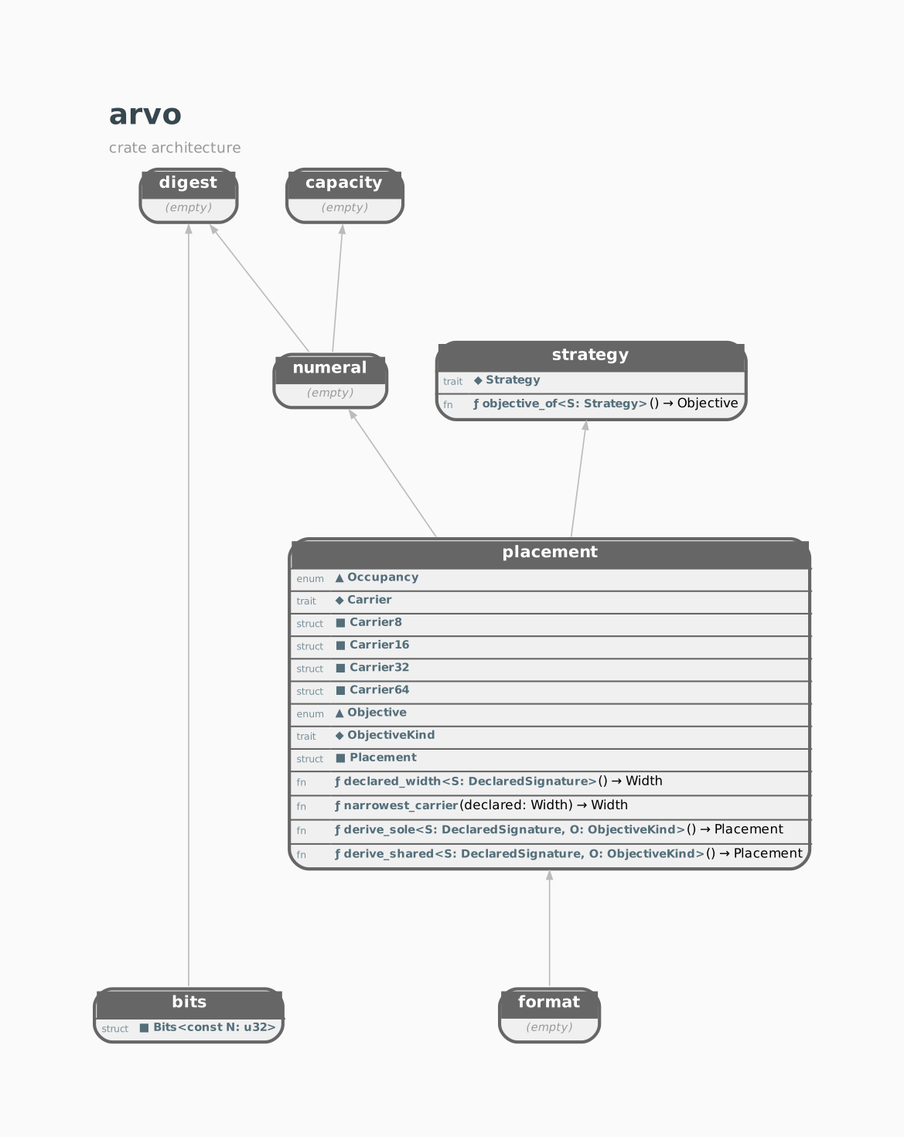
This is docs/STRUCTURE.GRAPH.png from orgrinrt/arvo, a Graphviz export, as it was before one commit. Its source is kept beside it as docs/STRUCTURE.GRAPH.dot.
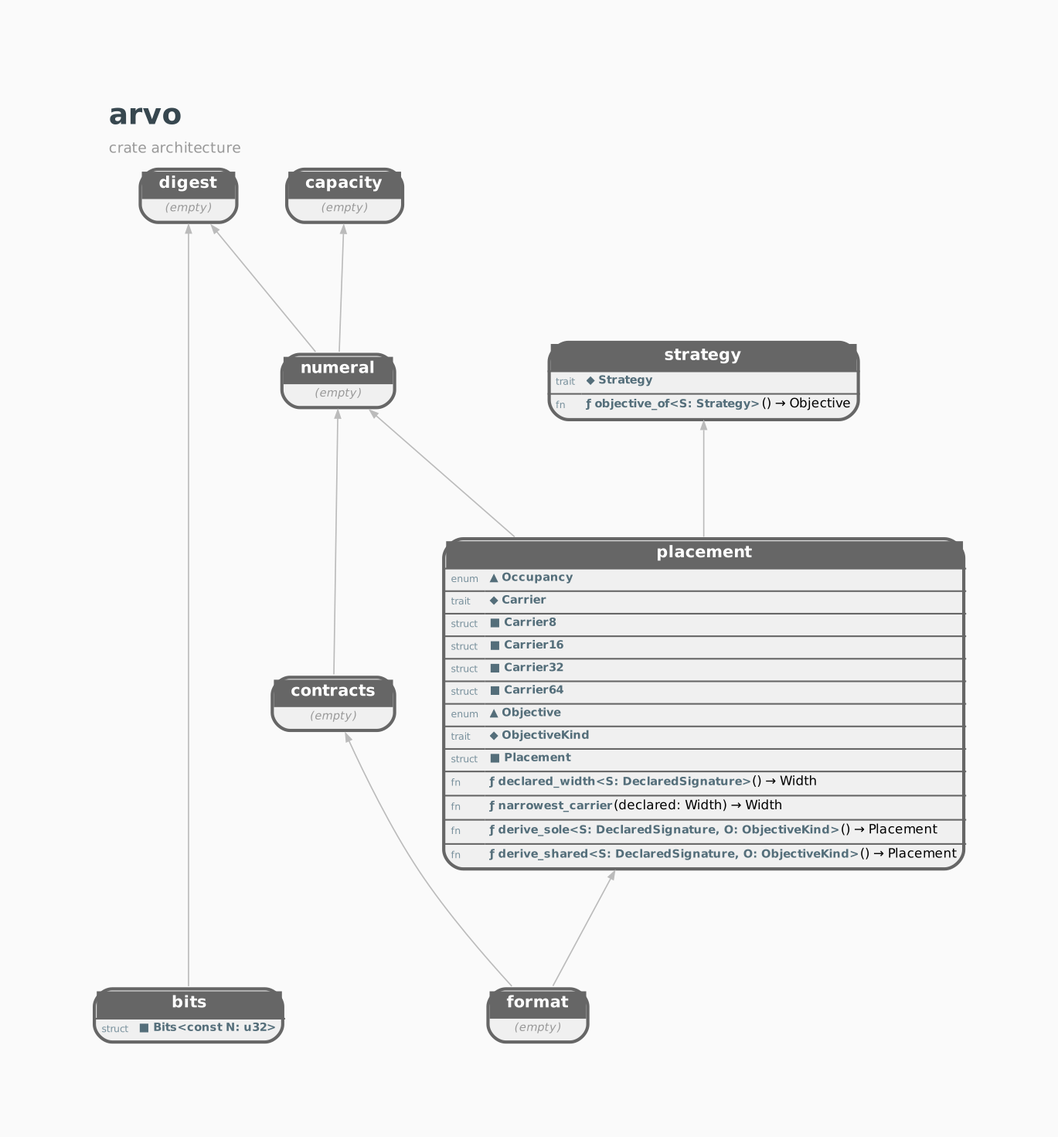
The same diagram one commit later.

What changed in the source:
```diff
@@ -13,6 +13,7 @@
 
     arvo_bits [shape=none, margin=0, label=<<TABLE BORDER="2" CELLBORDER="0" CELLSPACING="0" CELLPADDING="3" BGCOLOR="#F0F0F0" COLOR="#666666" STYLE="ROUNDED"><TR><TD COLSPAN="2" BGCOLOR="#666666" ALIGN="CENTER"><FONT COLOR="white" POINT-SIZE="10"><B>  bits  </B></FONT></TD></TR><HR/><TR><TD ALIGN="LEFT"><FONT COLOR="#78909C" POINT-SIZE="6">struct</FONT></TD><TD ALIGN="LEFT" PORT="p_Bits"><FONT COLOR="#546E7A" POINT-SIZE="7"><B>■ Bits&lt;const N: u32&gt;</B></FONT></TD></TR></TABLE>>];
     arvo_capacity [shape=none, margin=0, label=<<TABLE BORDER="2" CELLBORDER="0" CELLSPACING="0" CELLPADDING="3" BGCOLOR="#F0F0F0" COLOR="#666666" STYLE="ROUNDED"><TR><TD COLSPAN="2" BGCOLOR="#666666" ALIGN="CENTER"><FONT COLOR="white" POINT-SIZE="10"><B>  capacity  </B></FONT></TD></TR><TR><TD COLSPAN="2"><FONT COLOR="#999999" POINT-SIZE="7"><I>(empty)</I></FONT></TD></TR></TABLE>>];
+    arvo_contracts [shape=none, margin=0, label=<<TABLE BORDER="2" CELLBORDER="0" CELLSPACING="0" CELLPADDING="3" BGCOLOR="#F0F0F0" COLOR="#666666" STYLE="ROUNDED"><TR><TD COLSPAN="2" BGCOLOR="#666666" ALIGN="CENTER"><FONT COLOR="white" POINT-SIZE="10"><B>  contracts  </B></FONT></TD></TR><TR><TD COLSPAN="2"><FONT COLOR="#999999" POINT-SIZE="7"><I>(empty)</I></FONT></TD></TR></TABLE>>];
     arvo_digest [shape=none, margin=0, label=<<TABLE BORDER="2" CELLBORDER="0" CELLSPACING="0" CELLPADDING="3" BGCOLOR="#F0F0F0" COLOR="#666666" STYLE="ROUNDED"><TR><TD COLSPAN="2" BGCOLOR="#666666" ALIGN="CENTER"><FONT COLOR="white" POINT-SIZE="10"><B>  digest  </B></FONT></TD></TR><TR><TD COLSPAN="2"><FONT COLOR="#999999" POINT-SIZE="7"><I>(empty)</I></FONT></TD></TR></TABLE>>];
     arvo_format [shape=none, margin=0, label=<<TABLE BORDER="2" CELLBORDER="0" CELLSPACING="0" CELLPADDING="3" BGCOLOR="#F0F0F0" COLOR="#666666" STYLE="ROUNDED"><TR><TD COLSPAN="2" BGCOLOR="#666666" ALIGN="CENTER"><FONT COLOR="white" POINT-SIZE="10"><B>  format  </B></FONT></TD></TR><TR><TD COLSPAN="2"><FONT COLOR="#999999" POINT-SIZE="7"><I>(empty)</I></FONT></TD></TR></TABLE>>];
     arvo_numeral [shape=none, margin=0, label=<<TABLE BORDER="2" CELLBORDER="0" CELLSPACING="0" CELLPADDING="3" BGCOLOR="#F0F0F0" COLOR="#666666" STYLE="ROUNDED"><TR><TD COLSPAN="2" BGCOLOR="#666666" ALIGN="CENTER"><FONT COLOR="white" POINT-SIZE="10"><B>  numeral  </B></FONT></TD></TR><TR><TD COLSPAN="2"><FONT COLOR="#999999" POINT-SIZE="7"><I>(empty)</I></FONT></TD></TR></TABLE>>];
@@ -20,14 +21,16 @@
     arvo_strategy [shape=none, margin=0, label=<<TABLE BORDER="2" CELLBORDER="0" CELLSPACING="0" CELLPADDING="3" BGCOLOR="#F0F0F0" COLOR="#666666" STYLE="ROUNDED"><TR><TD COLSPAN="2" BGCOLOR="#666666" ALIGN="CENTER"><FONT COLOR="white" POINT-SIZE="10"><B>  strategy  </B></FONT></TD></TR><HR/><TR><TD ALIGN="LEFT"><FONT COLOR="#78909C" POINT-SIZE="6">trait</FONT></TD><TD ALIGN="LEFT" PORT="p_Strategy"><FONT COLOR="#546E7A" POINT-SIZE="7"><B>◆ Strategy</B></FONT></TD></TR><HR/><TR><TD ALIGN="LEFT"><FONT COLOR="#78909C" POINT-SIZE="6">fn</FONT></TD><TD ALIGN="LEFT" PORT="p_objective_of"><FONT COLOR="#546E7A" POINT-SIZE="7"><B>ƒ objective_of&lt;S: Strategy&gt;</B></FONT>() → Objective</TD></TR></TABLE>>];
 
     { rank=same; arvo_bits; arvo_format; } // depth 0
-    { rank=same; arvo_placement; } // depth 1
+    { rank=same; arvo_contracts; arvo_placement; } // depth 1
     { rank=same; arvo_numeral; arvo_strategy; } // depth 2
     { rank=same; arvo_capacity; arvo_digest; } // depth 3
 
 
     arvo_numeral -> arvo_capacity;
+    arvo_format -> arvo_contracts;
     arvo_numeral -> arvo_digest;
     arvo_bits -> arvo_digest;
+    arvo_contracts -> arvo_numeral;
     arvo_placement -> arvo_numeral;
     arvo_format -> arvo_placement;
     arvo_placement -> arvo_strategy;
```
